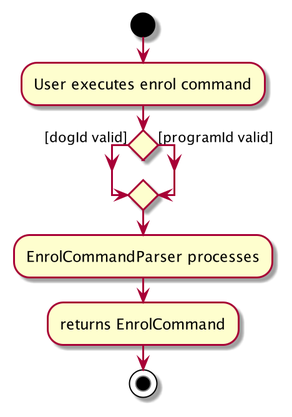
Earlier version of the PlantUML export docs/images/EnrolActivityDiagram.png (nus-cs2103-AY2021S2/tp).
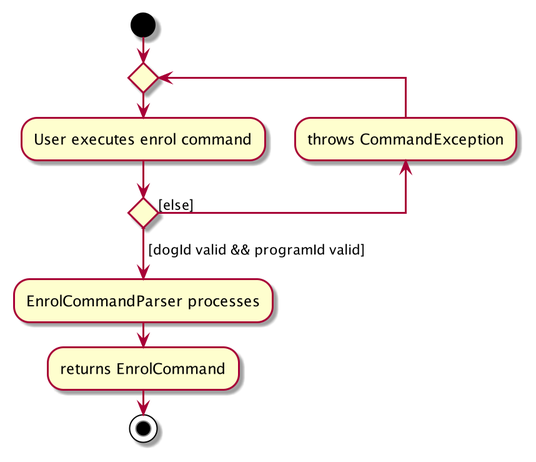
Later version of the same file.

Commit message:
Update UG for enrol command, update activity diagram for enrol and drop

Diff of the diagram source:
```diff
@@ -1,10 +1,12 @@
 @startuml
 
 start
-:User executes enrol command;
-if () then ([dogId valid])
-else ([programId valid])
-endif
+
+repeat
+  :User executes enrol command;
+  backward:throws CommandException;
+repeat while () is ([else])
+->[dogId valid && programId valid];
 :EnrolCommandParser processes;
 :returns EnrolCommand;
 stop
```
